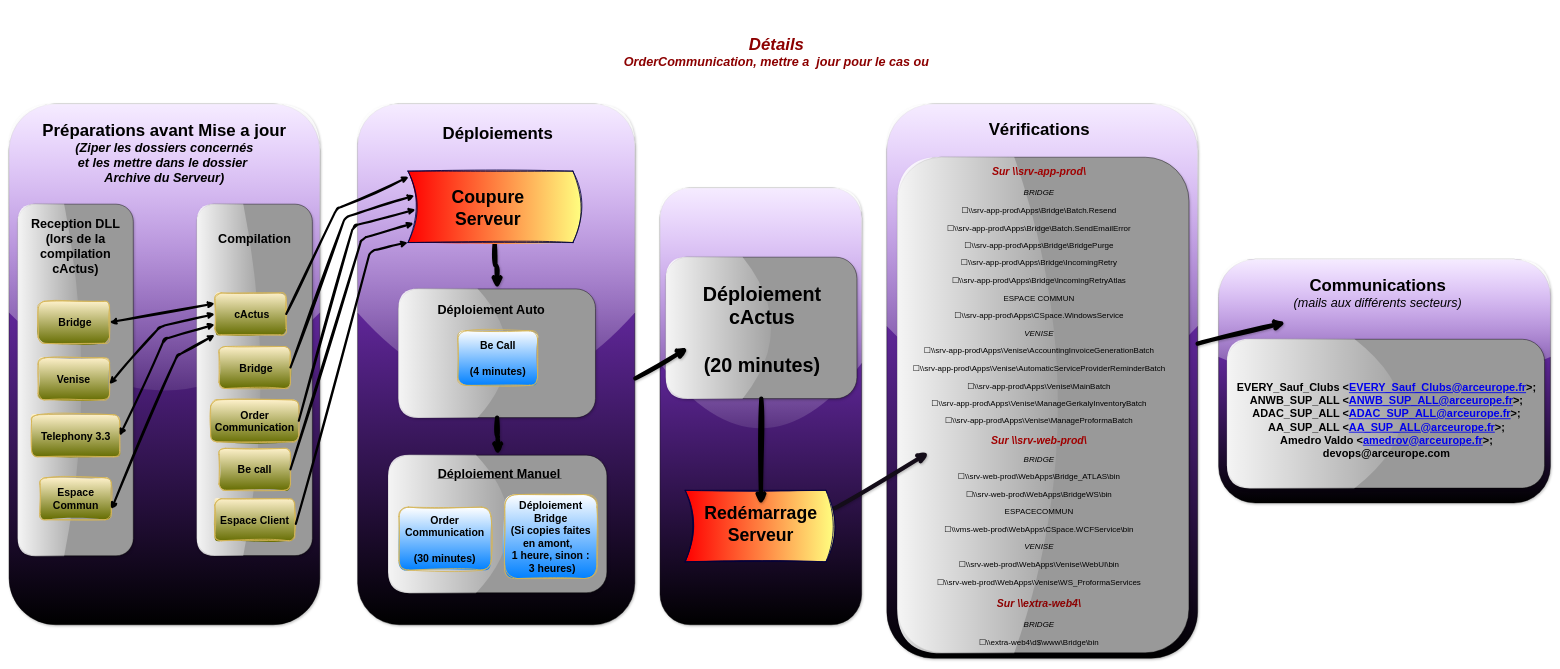
Earlier version of the draw.io diagram Suivi MEP.drawio (MarcSyndrome/Objectif-du-jour-ARC-EF). Source tidied: cells renumbered, new cells numbered last; positions are measured from the earlier drawing's top-left corner, leaving out a move shared by most shapes. Both pictures are drawn from the tidied source at 42%, with x=0, y=0 at pixel (-100, 7).
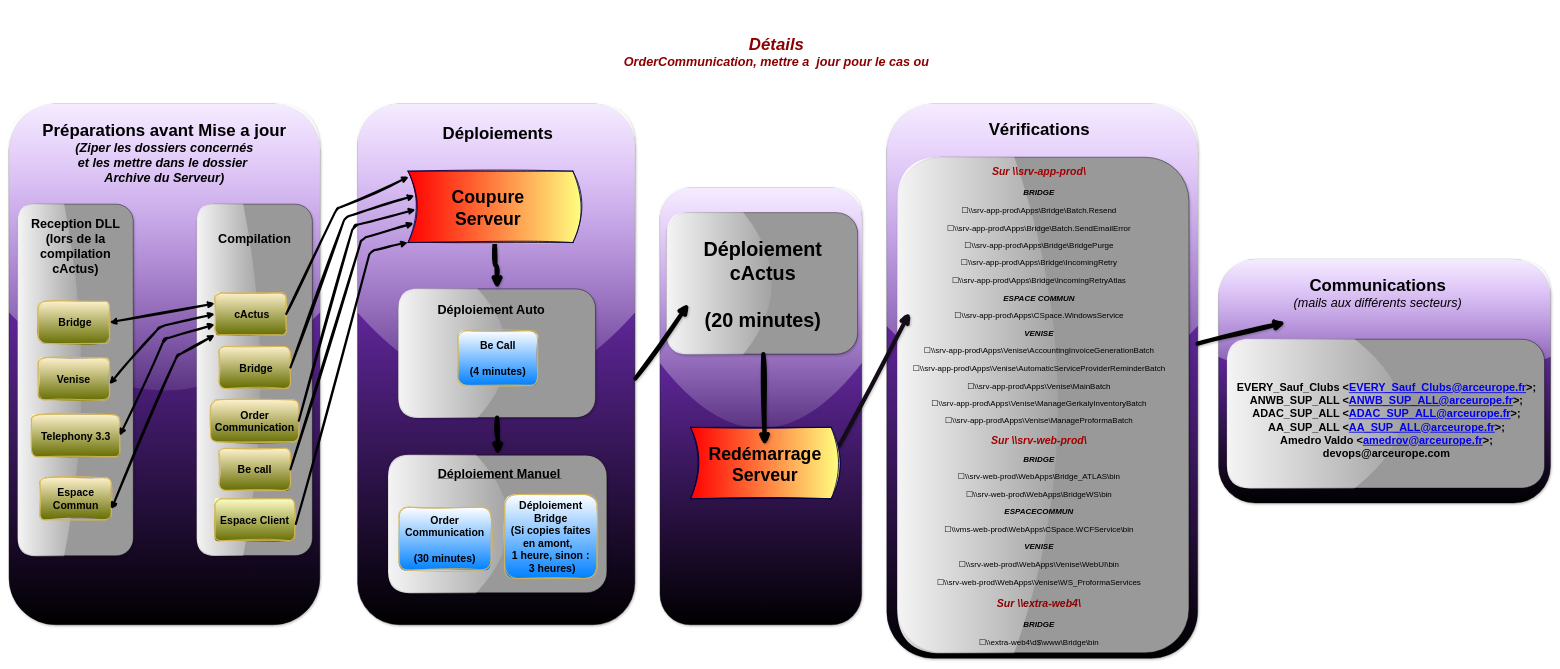
Above is the later version.

Commit message (it also covers changes not shown here):
Mettre à jour Suivi MEP.drawio

What changed in the source:
```diff
@@
-    <mxCell id="27" value="&lt;div style=&quot;font-size: 25px;&quot;&gt;&lt;font style=&quot;font-size: 25px;&quot;&gt;&lt;b&gt;&lt;font style=&quot;font-size: 25px;&quot;&gt;Espace Client &lt;/font&gt;&lt;/b&gt;&lt;br&gt;&lt;/font&gt;&lt;/div&gt;" style="rounded=1;whiteSpace=wrap;html=1;fillColor=#fff2cc;strokeColor=#d6b656;gradientColor=#646c00;sketch=1;curveFitting=1;jiggle=2;shadow=0;strokeWidth=2;" parent="1" vertex="1">
+    <mxCell id="27" value="&lt;div style=&quot;font-size: 25px;&quot;&gt;&lt;font style=&quot;font-size: 25px;&quot;&gt;&lt;b&gt;&lt;font style=&quot;font-size: 25px;&quot;&gt;Espace Client &lt;/font&gt;&lt;/b&gt;&lt;br&gt;&lt;/font&gt;&lt;/div&gt;" style="rounded=1;whiteSpace=wrap;html=1;fillColor=#ffffc8;strokeColor=#d6b656;gradientColor=#646c00;sketch=1;curveFitting=1;jiggle=2;shadow=0;strokeWidth=2;" parent="1" vertex="1">
       <mxGeometry x="750" y="1170" width="190" height="100" as="geometry" />
     </mxCell>
@@
-    <mxCell id="40" value="&lt;p align=&quot;center&quot; style=&quot;font-size: 25px;&quot;&gt;&lt;font color=&quot;#a00000&quot;&gt;&lt;b&gt;&lt;font style=&quot;font-size: 25px;&quot;&gt;&lt;i&gt;&lt;font style=&quot;font-size: 25px;&quot;&gt;Sur \\srv-app-prod\&lt;/font&gt;&lt;/i&gt;&lt;/font&gt;&lt;/b&gt;&lt;/font&gt;&lt;/p&gt;&lt;p align=&quot;center&quot; style=&quot;font-size: 19px;&quot;&gt;&lt;font style=&quot;font-size: 19px;&quot;&gt;&lt;span lang=&quot;EN-GB&quot;&gt;&lt;i&gt;BRIDGE&lt;/i&gt;&lt;/span&gt;&lt;/font&gt;&lt;/p&gt;&lt;p align=&quot;center&quot; style=&quot;font-size: 19px;&quot;&gt;&lt;font style=&quot;font-size: 19px;&quot;&gt;&lt;font style=&quot;font-size: 19px;&quot;&gt;&lt;span lang=&quot;EN-GB&quot;&gt;&lt;span lang=&quot;FR&quot;&gt;☐&lt;/span&gt;&lt;/span&gt;&lt;a&gt;&lt;span lang=&quot;EN-GB&quot;&gt;\\srv-app-prod\Apps\Bridge\Batch.Resend&lt;/span&gt;&lt;/a&gt;&lt;/font&gt;&lt;/font&gt;&lt;/p&gt;&lt;p align=&quot;center&quot; style=&quot;font-size: 19px;&quot;&gt;&lt;font style=&quot;font-size: 19px;&quot;&gt;&lt;font style=&quot;font-size: 19px;&quot;&gt;&lt;span lang=&quot;EN-GB&quot;&gt;&lt;span lang=&quot;FR&quot;&gt;☐&lt;/span&gt;&lt;/span&gt;&lt;a&gt;&lt;span lang=&quot;EN-GB&quot;&gt;\\srv-app-prod\Apps\Bridge\Batch.SendEmailError&lt;/span&gt;&lt;/a&gt;&lt;/font&gt;&lt;/font&gt;&lt;/p&gt;&lt;p align=&quot;center&quot; style=&quot;font-size: 19px;&quot;&gt;&lt;font style=&quot;font-size: 19px;&quot;&gt;&lt;font style=&quot;font-size: 19px;&quot;&gt;&lt;span lang=&quot;EN-GB&quot;&gt;&lt;span lang=&quot;FR&quot;&gt;☐&lt;/span&gt;&lt;/span&gt;&lt;a&gt;&lt;span lang=&quot;EN-GB&quot;&gt;\\srv-app-prod\Apps\Bridge\BridgePurge&lt;/span&gt;&lt;/a&gt;&lt;/font&gt;&lt;/font&gt;&lt;/p&gt;&lt;p align=&quot;center&quot; style=&quot;font-size: 19px;&quot;&gt;&lt;font style=&quot;font-size: 19px;&quot;&gt;&lt;font style=&quot;font-size: 19px;&quot;&gt;&lt;span lang=&quot;EN-GB&quot;&gt;&lt;span lang=&quot;FR&quot;&gt;☐&lt;/span&gt;&lt;/span&gt;&lt;a&gt;&lt;span lang=&quot;EN-GB&quot;&gt;\\srv-app-prod\Apps\Bridge\IncomingRetry&lt;/span&gt;&lt;/a&gt;&lt;/font&gt;&lt;/font&gt;&lt;/p&gt;&lt;p align=&quot;center&quot; style=&quot;font-size: 19px;&quot;&gt;&lt;font style=&quot;font-size: 19px;&quot;&gt;&lt;font style=&quot;font-size: 19px;&quot;&gt;&lt;span lang=&quot;EN-GB&quot;&gt;&lt;span lang=&quot;FR&quot;&gt;☐&lt;/span&gt;&lt;/span&gt;&lt;a&gt;&lt;span lang=&quot;EN-GB&quot;&gt;\\srv-app-prod\Apps\Bridge\IncomingRetryAtlas&lt;/span&gt;&lt;/a&gt;&lt;/font&gt;&lt;/font&gt;&lt;/p&gt;&lt;p align=&quot;center&quot; style=&quot;font-size: 19px;&quot;&gt;&lt;font style=&quot;font-size: 19px;&quot;&gt;&lt;font style=&quot;font-size: 19px;&quot;&gt;&lt;span lang=&quot;EN-GB&quot;&gt;ESPACE COMMUN&lt;/span&gt;&lt;/font&gt;&lt;/font&gt;&lt;/p&gt;&lt;p align=&quot;center&quot; style=&quot;font-size: 19px;&quot;&gt;&lt;font style=&quot;font-size: 19px;&quot;&gt;&lt;font style=&quot;font-size: 19px;&quot;&gt;&lt;span lang=&quot;EN-GB&quot;&gt;&lt;span lang=&quot;FR&quot;&gt;☐&lt;/span&gt;&lt;/span&gt;&lt;a&gt;&lt;span lang=&quot;EN-GB&quot;&gt;\\srv-app-prod\Apps\CSpace.WindowsService&lt;/span&gt;&lt;/a&gt;&lt;/font&gt;&lt;/font&gt;&lt;/p&gt;&lt;p align=&quot;center&quot; style=&quot;font-size: 19px;&quot;&gt;&lt;font style=&quot;font-size: 19px;&quot;&gt;&lt;span lang=&quot;EN-GB&quot;&gt;&lt;i&gt;VENISE&lt;/i&gt;&lt;/span&gt;&lt;/font&gt;&lt;/p&gt;&lt;p align=&quot;center&quot; style=&quot;font-size: 19px;&quot;&gt;&lt;font style=&quot;font-size: 19px;&quot;&gt;&lt;font style=&quot;font-size: 19px;&quot;&gt;&lt;span lang=&quot;EN-GB&quot;&gt;&lt;span lang=&quot;FR&quot;&gt;☐&lt;/span&gt;&lt;/span&gt;&lt;a&gt;&lt;span lang=&quot;EN-GB&quot;&gt;\\srv-app-prod\Apps\Venise\AccountingInvoiceGenerationBatch&lt;/span&gt;&lt;/a&gt;&lt;/font&gt;&lt;/font&gt;&lt;/p&gt;&lt;p align=&quot;center&quot; style=&quot;font-size: 19px;&quot;&gt;&lt;font style=&quot;font-size: 19px;&quot;&gt;&lt;font style=&quot;font-size: 19px;&quot;&gt;&lt;span lang=&quot;EN-GB&quot;&gt;&lt;span lang=&quot;FR&quot;&gt;☐&lt;/span&gt;&lt;/span&gt;&lt;a&gt;&lt;span lang=&quot;EN-GB&quot;&gt;\\srv-app-prod\Apps\Venise\AutomaticServiceProviderReminderBatch&lt;/span&gt;&lt;/a&gt;&lt;/font&gt;&lt;/font&gt;&lt;/p&gt;&lt;p align=&quot;center&quot; style=&quot;font-size: 19px;&quot;&gt;&lt;font style=&quot;font-size: 19px;&quot;&gt;&lt;font style=&quot;font-size: 19px;&quot;&gt;&lt;span lang=&quot;EN-GB&quot;&gt;&lt;span lang=&quot;FR&quot;&gt;☐&lt;/span&gt;&lt;/span&gt;&lt;a&gt;&lt;span lang=&quot;EN-GB&quot;&gt;\\srv-app-prod\Apps\Venise\MainBatch&lt;/span&gt;&lt;/a&gt;&lt;/font&gt;&lt;/font&gt;&lt;/p&gt;&lt;p align=&quot;center&quot; style=&quot;font-size: 19px;&quot;&gt;&lt;font style=&quot;font-size: 19px;&quot;&gt;&lt;font style=&quot;font-size: 19px;&quot;&gt;&lt;span lang=&quot;EN-GB&quot;&gt;&lt;span lang=&quot;FR&quot;&gt;☐&lt;/span&gt;&lt;/span&gt;&lt;a&gt;&lt;span lang=&quot;EN-GB&quot;&gt;\\srv-app-prod\Apps\Venise\ManageGerkalyInventoryBatch&lt;/span&gt;&lt;/a&gt;&lt;/font&gt;&lt;/font&gt;&lt;/p&gt;&lt;p align=&quot;center&quot; style=&quot;font-size: 19px;&quot;&gt;&lt;font style=&quot;font-size: 19px;&quot;&gt;&lt;font style=&quot;font-size: 19px;&quot;&gt;&lt;span lang=&quot;EN-GB&quot;&gt;&lt;span lang=&quot;FR&quot;&gt;☐&lt;/span&gt;&lt;/span&gt;&lt;a&gt;&lt;span lang=&quot;EN-GB&quot;&gt;\\srv-app-prod\Apps\Venise\ManageProformaBatch&lt;/span&gt;&lt;/a&gt;&lt;/font&gt;&lt;/font&gt;&lt;/p&gt;&lt;p align=&quot;center&quot; style=&quot;font-size: 19px;&quot;&gt;&lt;font color=&quot;#a00000&quot;&gt;&lt;b&gt;&lt;font size=&quot;1&quot;&gt;&lt;i&gt;&lt;font&gt;&lt;font&gt;&lt;span style=&quot;font-size: 25px;&quot; lang=&quot;EN-GB&quot;&gt;Sur \\srv-web-prod\&lt;/span&gt;&lt;/font&gt;&lt;/font&gt;&lt;/i&gt;&lt;/font&gt;&lt;/b&gt;&lt;/font&gt;&lt;/p&gt;&lt;p align=&quot;center&quot; style=&quot;font-size: 19px;&quot;&gt;&lt;font style=&quot;font-size: 19px;&quot;&gt;&lt;span lang=&quot;EN-GB&quot;&gt;&lt;i&gt;BRIDGE&lt;/i&gt;&lt;/span&gt;&lt;/font&gt;&lt;/p&gt;&lt;p align=&quot;center&quot; style=&quot;font-size: 19px;&quot;&gt;&lt;font style=&quot;font-size: 19px;&quot;&gt;&lt;font style=&quot;font-size: 19px;&quot;&gt;&lt;span lang=&quot;EN-GB&quot;&gt;&lt;span lang=&quot;FR&quot;&gt;☐&lt;/span&gt;&lt;/span&gt;&lt;a&gt;&lt;span lang=&quot;EN-GB&quot;&gt;\\srv-web-prod\WebApps\Bridge_ATLAS\bin&lt;/span&gt;&lt;/a&gt;&lt;/font&gt;&lt;/font&gt;&lt;/p&gt;&lt;p align=&quot;center&quot; style=&quot;font-size: 19px;&quot;&gt;&lt;font style=&quot;font-size: 19px;&quot;&gt;&lt;font style=&quot;font-size: 19px;&quot;&gt;&lt;span lang=&quot;EN-GB&quot;&gt;&lt;span lang=&quot;FR&quot;&gt;☐&lt;/span&gt;&lt;/span&gt;&lt;a&gt;&lt;span lang=&quot;EN-GB&quot;&gt;\\srv-web-prod\WebApps\BridgeWS\bin&lt;/span&gt;&lt;/a&gt;&lt;/font&gt;&lt;/font&gt;&lt;/p&gt;&lt;p align=&quot;center&quot; style=&quot;font-size: 19px;&quot;&gt;&lt;font style=&quot;font-size: 19px;&quot;&gt;&lt;font style=&quot;font-size: 19px;&quot;&gt;&lt;span lang=&quot;EN-GB&quot;&gt;ESPACECOMMUN&lt;/span&gt;&lt;/font&gt;&lt;/font&gt;&lt;/p&gt;&lt;p align=&quot;center&quot; style=&quot;font-size: 19px;&quot;&gt;&lt;font style=&quot;font-size: 19px;&quot;&gt;&lt;font style=&quot;font-size: 19px;&quot;&gt;&lt;span lang=&quot;EN-GB&quot;&gt;&lt;span lang=&quot;FR&quot;&gt;☐&lt;/span&gt;&lt;/span&gt;&lt;a&gt;&lt;span lang=&quot;EN-GB&quot;&gt;\\vms-web-prod\WebApps\CSpace.WCFService\bin&lt;/span&gt;&lt;/a&gt;&lt;/font&gt;&lt;/font&gt;&lt;/p&gt;&lt;p align=&quot;center&quot; style=&quot;font-size: 19px;&quot;&gt;&lt;font style=&quot;font-size: 19px;&quot;&gt;&lt;span lang=&quot;EN-GB&quot;&gt;&lt;i&gt;VENISE&lt;/i&gt;&lt;/span&gt;&lt;/font&gt;&lt;/p&gt;&lt;p align=&quot;center&quot; style=&quot;font-size: 19px;&quot;&gt;&lt;font style=&quot;font-size: 19px;&quot;&gt;&lt;font style=&quot;font-size: 19px;&quot;&gt;&lt;span lang=&quot;EN-GB&quot;&gt;&lt;span lang=&quot;FR&quot;&gt;☐&lt;/span&gt;&lt;/span&gt;&lt;a&gt;&lt;span lang=&quot;EN-GB&quot;&gt;\\srv-web-prod\WebApps\Venise\WebUI\bin&lt;/span&gt;&lt;/a&gt;&lt;/font&gt;&lt;/font&gt;&lt;/p&gt;&lt;p align=&quot;center&quot; style=&quot;font-size: 19px;&quot;&gt;&lt;font style=&quot;font-size: 19px;&quot;&gt;&lt;font style=&quot;font-size: 19px;&quot;&gt;&lt;span lang=&quot;EN-GB&quot;&gt;&lt;span lang=&quot;FR&quot;&gt;☐&lt;/span&gt;&lt;/span&gt;&lt;a&gt;&lt;span lang=&quot;EN-GB&quot;&gt;\\srv-web-prod\WebApps\Venise\WS_ProformaServices&lt;/span&gt;&lt;/a&gt;&lt;/font&gt;&lt;/font&gt;&lt;/p&gt;&lt;p align=&quot;center&quot; style=&quot;font-size: 25px;&quot;&gt;&lt;b&gt;&lt;font color=&quot;#8c0000&quot; style=&quot;font-size: 25px;&quot;&gt;&lt;font style=&quot;font-size: 25px;&quot;&gt;&lt;span lang=&quot;EN-GB&quot;&gt;&lt;i&gt;Sur \\extra-web4\&lt;/i&gt;&lt;/span&gt;&lt;/font&gt;&lt;/font&gt;&lt;/b&gt;&lt;/p&gt;&lt;p align=&quot;center&quot; style=&quot;font-size: 19px;&quot;&gt;&lt;font style=&quot;font-size: 19px;&quot;&gt;&lt;span lang=&quot;EN-GB&quot;&gt;&lt;i&gt;BRIDGE&lt;/i&gt;&lt;/span&gt;&lt;/font&gt;&lt;/p&gt;&lt;p align=&quot;center&quot; style=&quot;font-size: 19px;&quot;&gt;&lt;font style=&quot;font-size: 19px;&quot;&gt;&lt;font style=&quot;font-size: 19px;&quot;&gt;&lt;span lang=&quot;EN-GB&quot;&gt;&lt;span lang=&quot;FR&quot;&gt;☐&lt;/span&gt;&lt;/span&gt;&lt;a&gt;&lt;span lang=&quot;EN-GB&quot;&gt;\\extra-web4\d$\www\Bridge\bin&lt;/span&gt;&lt;/a&gt;&lt;/font&gt;&lt;/font&gt;&lt;/p&gt;" style="text;html=1;strokeColor=none;fillColor=none;align=center;verticalAlign=middle;whiteSpace=wrap;rounded=1;" parent="1" vertex="1">
+    <mxCell id="40" value="&lt;p align=&quot;center&quot; style=&quot;font-size: 25px;&quot;&gt;&lt;font color=&quot;#a00000&quot;&gt;&lt;b&gt;&lt;font style=&quot;font-size: 25px;&quot;&gt;&lt;i&gt;&lt;font style=&quot;font-size: 25px;&quot;&gt;Sur \\srv-app-prod\&lt;/font&gt;&lt;/i&gt;&lt;/font&gt;&lt;/b&gt;&lt;/font&gt;&lt;/p&gt;&lt;p align=&quot;center&quot; style=&quot;font-size: 19px;&quot;&gt;&lt;b&gt;&lt;font style=&quot;font-size: 19px;&quot;&gt;&lt;span lang=&quot;EN-GB&quot;&gt;&lt;i&gt;BRIDGE&lt;/i&gt;&lt;/span&gt;&lt;/font&gt;&lt;/b&gt;&lt;/p&gt;&lt;p align=&quot;center&quot; style=&quot;font-size: 19px;&quot;&gt;&lt;font style=&quot;font-size: 19px;&quot;&gt;&lt;font style=&quot;font-size: 19px;&quot;&gt;&lt;span lang=&quot;EN-GB&quot;&gt;&lt;span lang=&quot;FR&quot;&gt;☐&lt;/span&gt;&lt;/span&gt;&lt;a&gt;&lt;span lang=&quot;EN-GB&quot;&gt;\\srv-app-prod\Apps\Bridge\Batch.Resend&lt;/span&gt;&lt;/a&gt;&lt;/font&gt;&lt;/font&gt;&lt;/p&gt;&lt;p align=&quot;center&quot; style=&quot;font-size: 19px;&quot;&gt;&lt;font style=&quot;font-size: 19px;&quot;&gt;&lt;font style=&quot;font-size: 19px;&quot;&gt;&lt;span lang=&quot;EN-GB&quot;&gt;&lt;span lang=&quot;FR&quot;&gt;☐&lt;/span&gt;&lt;/span&gt;&lt;a&gt;&lt;span lang=&quot;EN-GB&quot;&gt;\\srv-app-prod\Apps\Bridge\Batch.SendEmailError&lt;/span&gt;&lt;/a&gt;&lt;/font&gt;&lt;/font&gt;&lt;/p&gt;&lt;p align=&quot;center&quot; style=&quot;font-size: 19px;&quot;&gt;&lt;font style=&quot;font-size: 19px;&quot;&gt;&lt;font style=&quot;font-size: 19px;&quot;&gt;&lt;span lang=&quot;EN-GB&quot;&gt;&lt;span lang=&quot;FR&quot;&gt;☐&lt;/span&gt;&lt;/span&gt;&lt;a&gt;&lt;span lang=&quot;EN-GB&quot;&gt;\\srv-app-prod\Apps\Bridge\BridgePurge&lt;/span&gt;&lt;/a&gt;&lt;/font&gt;&lt;/font&gt;&lt;/p&gt;&lt;p align=&quot;center&quot; style=&quot;font-size: 19px;&quot;&gt;&lt;font style=&quot;font-size: 19px;&quot;&gt;&lt;font style=&quot;font-size: 19px;&quot;&gt;&lt;span lang=&quot;EN-GB&quot;&gt;&lt;span lang=&quot;FR&quot;&gt;☐&lt;/span&gt;&lt;/span&gt;&lt;a&gt;&lt;span lang=&quot;EN-GB&quot;&gt;\\srv-app-prod\Apps\Bridge\IncomingRetry&lt;/span&gt;&lt;/a&gt;&lt;/font&gt;&lt;/font&gt;&lt;/p&gt;&lt;p align=&quot;center&quot; style=&quot;font-size: 19px;&quot;&gt;&lt;font style=&quot;font-size: 19px;&quot;&gt;&lt;font style=&quot;font-size: 19px;&quot;&gt;&lt;span lang=&quot;EN-GB&quot;&gt;&lt;span lang=&quot;FR&quot;&gt;☐&lt;/span&gt;&lt;/span&gt;&lt;a&gt;&lt;span lang=&quot;EN-GB&quot;&gt;\\srv-app-prod\Apps\Bridge\IncomingRetryAtlas&lt;/span&gt;&lt;/a&gt;&lt;/font&gt;&lt;/font&gt;&lt;/p&gt;&lt;p align=&quot;center&quot; style=&quot;font-size: 19px;&quot;&gt;&lt;b&gt;&lt;font style=&quot;font-size: 19px;&quot;&gt;&lt;font style=&quot;font-size: 19px;&quot;&gt;&lt;span lang=&quot;EN-GB&quot;&gt;&lt;i&gt;ESPACE COMMUN&lt;/i&gt;&lt;/span&gt;&lt;/font&gt;&lt;/font&gt;&lt;/b&gt;&lt;/p&gt;&lt;p align=&quot;center&quot; style=&quot;font-size: 19px;&quot;&gt;&lt;font style=&quot;font-size: 19px;&quot;&gt;&lt;font style=&quot;font-size: 19px;&quot;&gt;&lt;span lang=&quot;EN-GB&quot;&gt;&lt;span lang=&quot;FR&quot;&gt;☐&lt;/span&gt;&lt;/span&gt;&lt;a&gt;&lt;span lang=&quot;EN-GB&quot;&gt;\\srv-app-prod\Apps\CSpace.WindowsService&lt;/span&gt;&lt;/a&gt;&lt;/font&gt;&lt;/font&gt;&lt;/p&gt;&lt;p align=&quot;center&quot; style=&quot;font-size: 19px;&quot;&gt;&lt;font style=&quot;font-size: 19px;&quot;&gt;&lt;span lang=&quot;EN-GB&quot;&gt;&lt;i&gt;&lt;b&gt;VENISE&lt;/b&gt;&lt;/i&gt;&lt;/span&gt;&lt;/font&gt;&lt;/p&gt;&lt;p align=&quot;center&quot; style=&quot;font-size: 19px;&quot;&gt;&lt;font style=&quot;font-size: 19px;&quot;&gt;&lt;font style=&quot;font-size: 19px;&quot;&gt;&lt;span lang=&quot;EN-GB&quot;&gt;&lt;span lang=&quot;FR&quot;&gt;☐&lt;/span&gt;&lt;/span&gt;&lt;a&gt;&lt;span lang=&quot;EN-GB&quot;&gt;\\srv-app-prod\Apps\Venise\AccountingInvoiceGenerationBatch&lt;/span&gt;&lt;/a&gt;&lt;/font&gt;&lt;/font&gt;&lt;/p&gt;&lt;p align=&quot;center&quot; style=&quot;font-size: 19px;&quot;&gt;&lt;font style=&quot;font-size: 19px;&quot;&gt;&lt;font style=&quot;font-size: 19px;&quot;&gt;&lt;span lang=&quot;EN-GB&quot;&gt;&lt;span lang=&quot;FR&quot;&gt;☐&lt;/span&gt;&lt;/span&gt;&lt;a&gt;&lt;span lang=&quot;EN-GB&quot;&gt;\\srv-app-prod\Apps\Venise\AutomaticServiceProviderReminderBatch&lt;/span&gt;&lt;/a&gt;&lt;/font&gt;&lt;/font&gt;&lt;/p&gt;&lt;p align=&quot;center&quot; style=&quot;font-size: 19px;&quot;&gt;&lt;font style=&quot;font-size: 19px;&quot;&gt;&lt;font style=&quot;font-size: 19px;&quot;&gt;&lt;span lang=&quot;EN-GB&quot;&gt;&lt;span lang=&quot;FR&quot;&gt;☐&lt;/span&gt;&lt;/span&gt;&lt;a&gt;&lt;span lang=&quot;EN-GB&quot;&gt;\\srv-app-prod\Apps\Venise\MainBatch&lt;/span&gt;&lt;/a&gt;&lt;/font&gt;&lt;/font&gt;&lt;/p&gt;&lt;p align=&quot;center&quot; style=&quot;font-size: 19px;&quot;&gt;&lt;font style=&quot;font-size: 19px;&quot;&gt;&lt;font style=&quot;font-size: 19px;&quot;&gt;&lt;span lang=&quot;EN-GB&quot;&gt;&lt;span lang=&quot;FR&quot;&gt;☐&lt;/span&gt;&lt;/span&gt;&lt;a&gt;&lt;span lang=&quot;EN-GB&quot;&gt;\\srv-app-prod\Apps\Venise\ManageGerkalyInventoryBatch&lt;/span&gt;&lt;/a&gt;&lt;/font&gt;&lt;/font&gt;&lt;/p&gt;&lt;p align=&quot;center&quot; style=&quot;font-size: 19px;&quot;&gt;&lt;font style=&quot;font-size: 19px;&quot;&gt;&lt;font style=&quot;font-size: 19px;&quot;&gt;&lt;span lang=&quot;EN-GB&quot;&gt;&lt;span lang=&quot;FR&quot;&gt;☐&lt;/span&gt;&lt;/span&gt;&lt;a&gt;&lt;span lang=&quot;EN-GB&quot;&gt;\\srv-app-prod\Apps\Venise\ManageProformaBatch&lt;/span&gt;&lt;/a&gt;&lt;/font&gt;&lt;/font&gt;&lt;/p&gt;&lt;p align=&quot;center&quot; style=&quot;font-size: 19px;&quot;&gt;&lt;font color=&quot;#a00000&quot;&gt;&lt;b&gt;&lt;font size=&quot;1&quot;&gt;&lt;i&gt;&lt;font&gt;&lt;font&gt;&lt;span style=&quot;font-size: 25px;&quot; lang=&quot;EN-GB&quot;&gt;Sur \\srv-web-prod\&lt;/span&gt;&lt;/font&gt;&lt;/font&gt;&lt;/i&gt;&lt;/font&gt;&lt;/b&gt;&lt;/font&gt;&lt;/p&gt;&lt;p align=&quot;center&quot; style=&quot;font-size: 19px;&quot;&gt;&lt;font style=&quot;font-size: 19px;&quot;&gt;&lt;span lang=&quot;EN-GB&quot;&gt;&lt;i&gt;&lt;b&gt;BRIDGE&lt;/b&gt;&lt;/i&gt;&lt;/span&gt;&lt;/font&gt;&lt;/p&gt;&lt;p align=&quot;center&quot; style=&quot;font-size: 19px;&quot;&gt;&lt;font style=&quot;font-size: 19px;&quot;&gt;&lt;font style=&quot;font-size: 19px;&quot;&gt;&lt;span lang=&quot;EN-GB&quot;&gt;&lt;span lang=&quot;FR&quot;&gt;☐&lt;/span&gt;&lt;/span&gt;&lt;a&gt;&lt;span lang=&quot;EN-GB&quot;&gt;\\srv-web-prod\WebApps\Bridge_ATLAS\bin&lt;/span&gt;&lt;/a&gt;&lt;/font&gt;&lt;/font&gt;&lt;/p&gt;&lt;p align=&quot;center&quot; style=&quot;font-size: 19px;&quot;&gt;&lt;font style=&quot;font-size: 19px;&quot;&gt;&lt;font style=&quot;font-size: 19px;&quot;&gt;&lt;span lang=&quot;EN-GB&quot;&gt;&lt;span lang=&quot;FR&quot;&gt;☐&lt;/span&gt;&lt;/span&gt;&lt;a&gt;&lt;span lang=&quot;EN-GB&quot;&gt;\\srv-web-prod\WebApps\BridgeWS\bin&lt;/span&gt;&lt;/a&gt;&lt;/font&gt;&lt;/font&gt;&lt;/p&gt;&lt;p align=&quot;center&quot; style=&quot;font-size: 19px;&quot;&gt;&lt;b&gt;&lt;font style=&quot;font-size: 19px;&quot;&gt;&lt;font style=&quot;font-size: 19px;&quot;&gt;&lt;span lang=&quot;EN-GB&quot;&gt;&lt;i&gt;ESPACECOMMUN&lt;/i&gt;&lt;/span&gt;&lt;/font&gt;&lt;/font&gt;&lt;/b&gt;&lt;/p&gt;&lt;p align=&quot;center&quot; style=&quot;font-size: 19px;&quot;&gt;&lt;font style=&quot;font-size: 19px;&quot;&gt;&lt;font style=&quot;font-size: 19px;&quot;&gt;&lt;span lang=&quot;EN-GB&quot;&gt;&lt;span lang=&quot;FR&quot;&gt;☐&lt;/span&gt;&lt;/span&gt;&lt;a&gt;&lt;span lang=&quot;EN-GB&quot;&gt;\\vms-web-prod\WebApps\CSpace.WCFService\bin&lt;/span&gt;&lt;/a&gt;&lt;/font&gt;&lt;/font&gt;&lt;/p&gt;&lt;p align=&quot;center&quot; style=&quot;font-size: 19px;&quot;&gt;&lt;b&gt;&lt;font style=&quot;font-size: 19px;&quot;&gt;&lt;span lang=&quot;EN-GB&quot;&gt;&lt;i&gt;VENISE&lt;/i&gt;&lt;/span&gt;&lt;/font&gt;&lt;/b&gt;&lt;/p&gt;&lt;p align=&quot;center&quot; style=&quot;font-size: 19px;&quot;&gt;&lt;font style=&quot;font-size: 19px;&quot;&gt;&lt;font style=&quot;font-size: 19px;&quot;&gt;&lt;span lang=&quot;EN-GB&quot;&gt;&lt;span lang=&quot;FR&quot;&gt;☐&lt;/span&gt;&lt;/span&gt;&lt;a&gt;&lt;span lang=&quot;EN-GB&quot;&gt;\\srv-web-prod\WebApps\Venise\WebUI\bin&lt;/span&gt;&lt;/a&gt;&lt;/font&gt;&lt;/font&gt;&lt;/p&gt;&lt;p align=&quot;center&quot; style=&quot;font-size: 19px;&quot;&gt;&lt;font style=&quot;font-size: 19px;&quot;&gt;&lt;font style=&quot;font-size: 19px;&quot;&gt;&lt;span lang=&quot;EN-GB&quot;&gt;&lt;span lang=&quot;FR&quot;&gt;☐&lt;/span&gt;&lt;/span&gt;&lt;a&gt;&lt;span lang=&quot;EN-GB&quot;&gt;\\srv-web-prod\WebApps\Venise\WS_ProformaServices&lt;/span&gt;&lt;/a&gt;&lt;/font&gt;&lt;/font&gt;&lt;/p&gt;&lt;p align=&quot;center&quot; style=&quot;font-size: 25px;&quot;&gt;&lt;b&gt;&lt;font color=&quot;#8c0000&quot; style=&quot;font-size: 25px;&quot;&gt;&lt;font style=&quot;font-size: 25px;&quot;&gt;&lt;span lang=&quot;EN-GB&quot;&gt;&lt;i&gt;Sur \\extra-web4\&lt;/i&gt;&lt;/span&gt;&lt;/font&gt;&lt;/font&gt;&lt;/b&gt;&lt;/p&gt;&lt;p align=&quot;center&quot; style=&quot;font-size: 19px;&quot;&gt;&lt;font style=&quot;font-size: 19px;&quot;&gt;&lt;span lang=&quot;EN-GB&quot;&gt;&lt;i&gt;&lt;b&gt;BRIDGE&lt;/b&gt;&lt;/i&gt;&lt;/span&gt;&lt;/font&gt;&lt;/p&gt;&lt;p align=&quot;center&quot; style=&quot;font-size: 19px;&quot;&gt;&lt;font style=&quot;font-size: 19px;&quot;&gt;&lt;font style=&quot;font-size: 19px;&quot;&gt;&lt;span lang=&quot;EN-GB&quot;&gt;&lt;span lang=&quot;FR&quot;&gt;☐&lt;/span&gt;&lt;/span&gt;&lt;a&gt;&lt;span lang=&quot;EN-GB&quot;&gt;\\extra-web4\d$\www\Bridge\bin&lt;/span&gt;&lt;/a&gt;&lt;/font&gt;&lt;/font&gt;&lt;/p&gt;" style="text;html=1;strokeColor=none;fillColor=none;align=center;verticalAlign=middle;whiteSpace=wrap;rounded=1;" parent="1" vertex="1">
       <mxGeometry x="2405" y="505.1" width="615" height="883.4" as="geometry" />
     </mxCell>
-    <mxCell id="41" style="endArrow=classic;html=1;strokeWidth=10;exitX=0;exitY=0.75;exitDx=0;exitDy=0;sketch=1;curveFitting=1;jiggle=2;shadow=1;fillColor=#76608a;strokeColor=#140D19;curved=1;entryX=0.073;entryY=0.628;entryDx=0;entryDy=0;entryPerimeter=0;" parent="1" edge="1" source="42" target="40">
+    <mxCell id="41" style="endArrow=classic;html=1;strokeWidth=10;exitX=0;exitY=0.75;exitDx=0;exitDy=0;sketch=1;curveFitting=1;jiggle=2;shadow=1;fillColor=#76608a;strokeColor=#140D19;curved=1;entryX=0;entryY=0.25;entryDx=0;entryDy=0;" parent="1" edge="1" source="42" target="40">
       <mxGeometry relative="1" as="geometry" />
     </mxCell>
     <mxCell id="42" style="shape=dataStorage;whiteSpace=wrap;html=1;fixedSize=1;rotation=-180;gradientColor=#ff0000;fillColor=#ffff80;gradientDirection=east;shadow=0;strokeWidth=2;strokeColor=#000040;sketch=1;curveFitting=1;jiggle=2;rounded=1;" parent="1" vertex="1">
-      <mxGeometry x="1870" y="1150" width="355" height="170" as="geometry" />
+      <mxGeometry x="1882.5" y="1000" width="355" height="170" as="geometry" />
     </mxCell>
@@
     <mxCell id="52" style="rounded=1;whiteSpace=wrap;html=1;rotation=-90;fillColor=#999999;shadow=1;glass=1;" parent="1" vertex="1">
-      <mxGeometry x="1883.2" y="536" width="336.8" height="454.4" as="geometry" />
+      <mxGeometry x="1885" y="430" width="336.8" height="454.4" as="geometry" />
     </mxCell>
     <mxCell id="53" value="&lt;div style=&quot;font-size: 47px;&quot;&gt;&lt;font style=&quot;font-size: 47px;&quot;&gt;&lt;b&gt;&lt;font style=&quot;font-size: 47px;&quot;&gt;Déploiement cActus&lt;/font&gt;&lt;/b&gt;&lt;/font&gt;&lt;/div&gt;&lt;div style=&quot;font-size: 47px;&quot;&gt;&lt;font style=&quot;font-size: 47px;&quot;&gt;&lt;b&gt;&lt;font style=&quot;font-size: 47px;&quot;&gt;&lt;br&gt;&lt;font style=&quot;font-size: 47px;&quot;&gt; &lt;/font&gt;&lt;/font&gt;&lt;/b&gt;&lt;/font&gt;&lt;/div&gt;&lt;div style=&quot;font-size: 47px;&quot;&gt;&lt;font style=&quot;font-size: 47px;&quot;&gt;&lt;b&gt;&lt;font style=&quot;font-size: 47px;&quot;&gt;&lt;font style=&quot;font-size: 47px;&quot;&gt;(20 minutes)&lt;/font&gt;&lt;/font&gt;&lt;/b&gt;&lt;/font&gt;&lt;/div&gt;" style="text;html=1;strokeColor=none;fillColor=none;align=center;verticalAlign=middle;whiteSpace=wrap;rounded=1;" parent="1" vertex="1">
-      <mxGeometry x="1883.2" y="617" width="340" height="300" as="geometry" />
+      <mxGeometry x="1885" y="511" width="340" height="300" as="geometry" />
     </mxCell>
     <mxCell id="54" value="&lt;font style=&quot;font-size: 42px;&quot;&gt;&lt;br&gt;&lt;/font&gt;&lt;div align=&quot;center&quot;&gt;&lt;font style=&quot;font-size: 42px;&quot;&gt;&lt;b&gt;&lt;font style=&quot;font-size: 42px;&quot;&gt;Redémarrage Serveur&lt;/font&gt;&lt;/b&gt;&lt;/font&gt;&lt;br&gt;&lt;/div&gt;&lt;font style=&quot;font-size: 42px;&quot;&gt;&lt;br&gt;&lt;/font&gt;" style="text;html=1;strokeColor=none;fillColor=none;align=center;verticalAlign=middle;whiteSpace=wrap;rounded=1;" parent="1" vertex="1">
-      <mxGeometry x="1885" y="1185" width="330" height="90" as="geometry" />
+      <mxGeometry x="1895" y="1043.7" width="330" height="90" as="geometry" />
     </mxCell>
```
